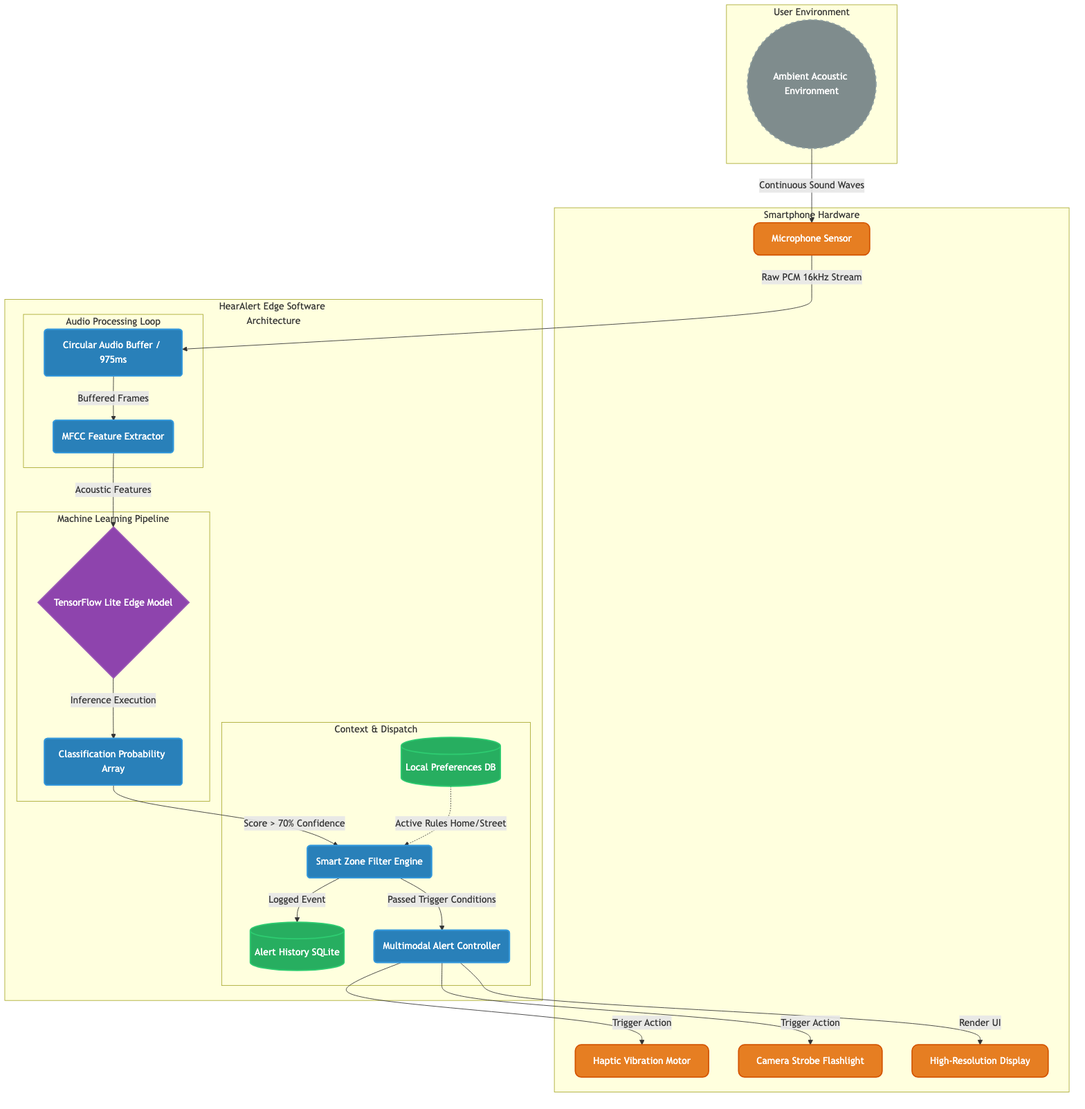
The Mermaid diagram hearalertt/01_System_Architecture.png in pyabu/hearalert_v1.0, before a commit. Its source is kept beside it as hearalertt/01_System_Architecture.mmd.
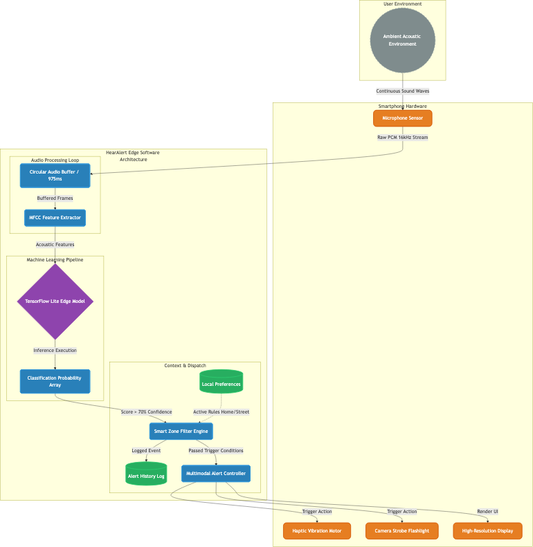
After the change.

Diff of the diagram source:
```diff
@@ -32,8 +32,8 @@
 
         subgraph ContextDispatch[Context & Dispatch]
             SmartZone(Smart Zone Filter Engine):::logic
-            DB[(Local Preferences DB)]:::database
-            History[(Alert History SQLite)]:::database
+            DB[(Local Preferences)]:::database
+            History[(Alert History Log)]:::database
             Controller(Multimodal Alert Controller):::logic
         end
     end
```
